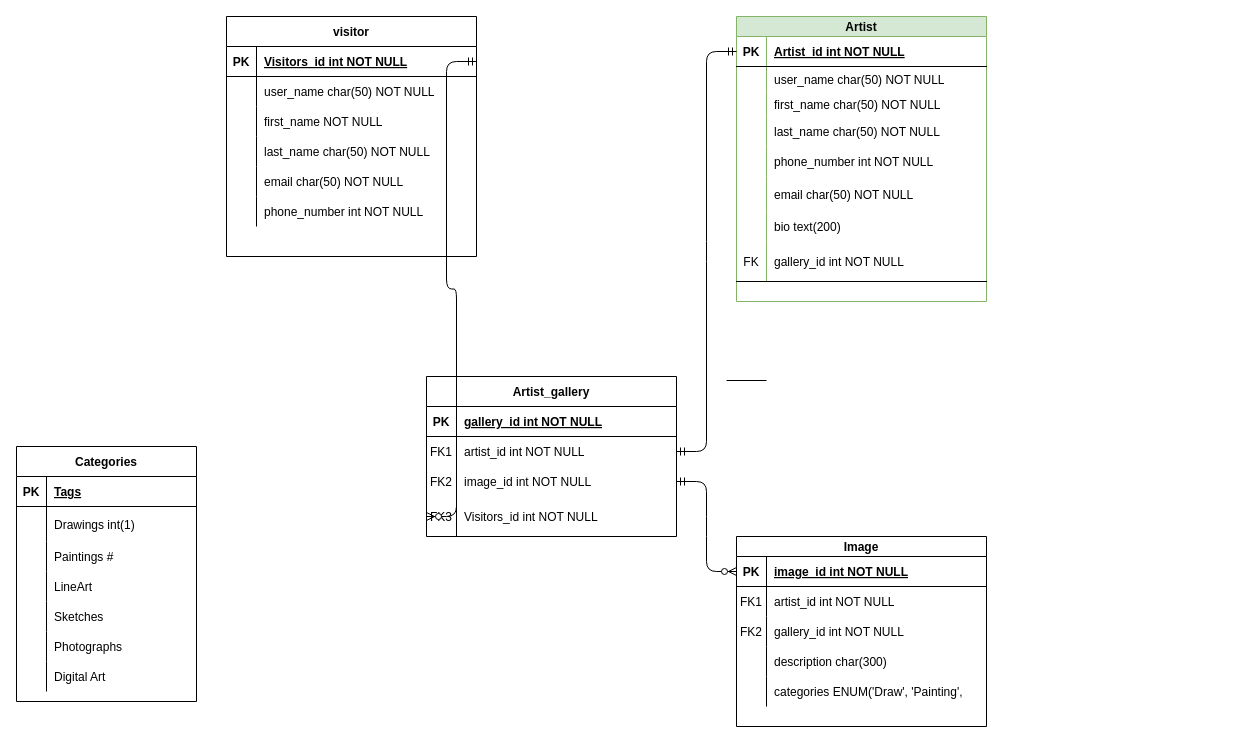
Above: Untitled Diagram.drawio in VirtualGallery/Entity-Relationship-Model (draw.io), before the change. Source tidied: cells renumbered, new cells numbered last; positions are measured from the earlier drawing's top-left corner, leaving out a move shared by most shapes. Both pictures are drawn from the tidied source at 100%, with x=0, y=0 at pixel (16, 16).
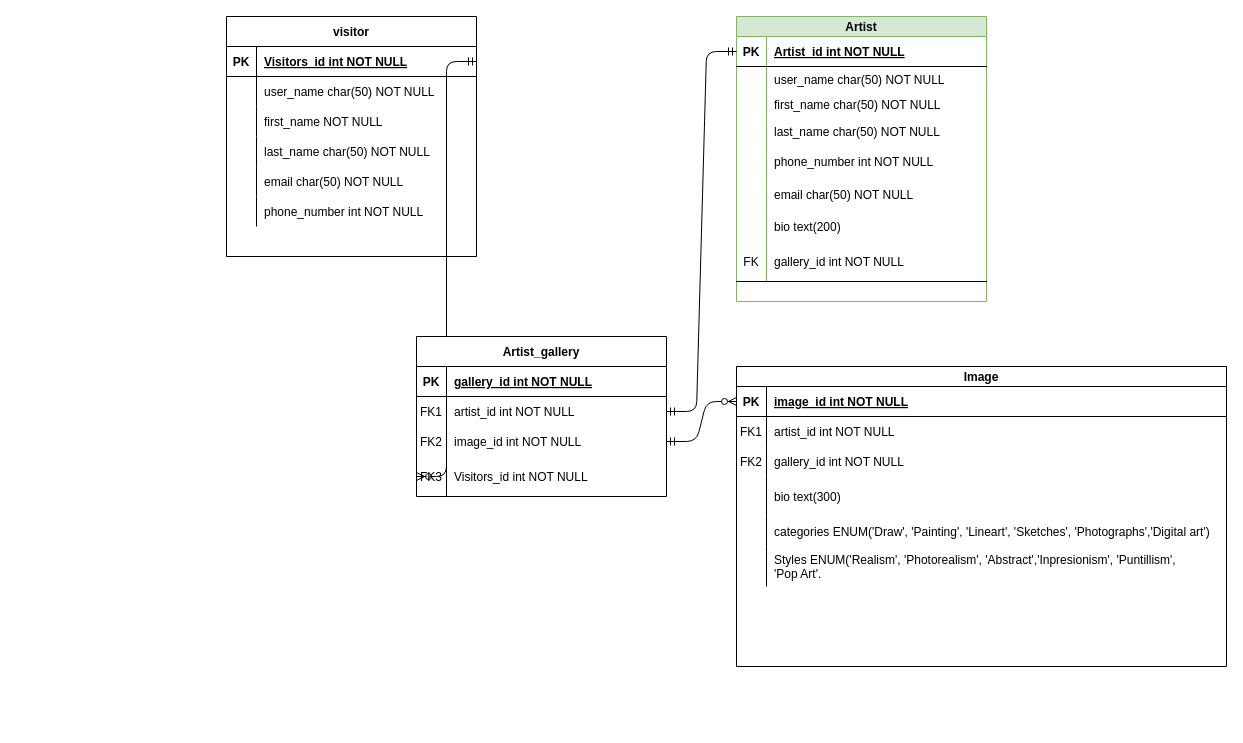
The same page after the edit.

The change refers to these unchanged cells:
```xml
<mxCell id="44" style="shape=partialRectangle;fillColor=none;points=[[0,0.5],[1,0.5]];portConstraint=eastwest;top=0;left=0;right=0;bottom=1;" parent="43" vertex="1">
  <mxGeometry y="30" width="250" height="30" as="geometry" />
</mxCell>
```

What changed in the source:
```diff
@@
-    <mxCell id="2" style="line;strokeWidth=1;fillColor=none;align=left;verticalAlign=middle;spacingTop=-1;spacingLeft=3;spacingRight=3;labelPosition=right;" parent="1" vertex="1">
-      <mxGeometry x="710" y="360" width="40" height="8" as="geometry" />
-    </mxCell>
-    <mxCell id="3" style="line;strokeWidth=1;fillColor=none;align=left;verticalAlign=middle;spacingTop=-1;spacingLeft=3;spacingRight=3;labelPosition=right;" parent="1" vertex="1">
-      <mxGeometry x="380" y="380" width="320" as="geometry" />
-    </mxCell>
@@
-    <mxCell id="30" value="Artist_gallery" style="shape=table;startSize=30;childLayout=tableLayout;rowLines=0;fontStyle=1;align=center;" parent="1" vertex="1">
-      <mxGeometry x="410" y="360" width="250" height="160" as="geometry" />
-    </mxCell>
-    <mxCell id="31" style="shape=partialRectangle;fillColor=none;top=0;left=0;right=0;bottom=1;" parent="30" vertex="1">
-      <mxGeometry y="30" width="250" height="30" as="geometry" />
-    </mxCell>
-    <mxCell id="32" value="PK" style="shape=partialRectangle;overflow=hidden;fillColor=none;top=0;left=0;bottom=0;right=0;fontStyle=1;" parent="31" vertex="1">
-      <mxGeometry width="30" height="30" as="geometry" />
-    </mxCell>
-    <mxCell id="33" value="gallery_id int NOT NULL " style="shape=partialRectangle;overflow=hidden;fillColor=none;top=0;left=0;bottom=0;right=0;align=left;spacingLeft=6;fontStyle=5;" parent="31" vertex="1">
-      <mxGeometry x="30" width="220" height="30" as="geometry" />
-    </mxCell>
-    <mxCell id="34" style="shape=partialRectangle;fillColor=none;points=[[0,0.5],[1,0.5]];portConstraint=eastwest;top=0;left=0;right=0;bottom=0;" parent="30" vertex="1">
-      <mxGeometry y="60" width="250" height="30" as="geometry" />
-    </mxCell>
-    <mxCell id="35" value="FK1" style="shape=partialRectangle;overflow=hidden;fillColor=none;top=0;left=0;bottom=0;right=0;" parent="34" vertex="1">
-      <mxGeometry width="30" height="30" as="geometry" />
-    </mxCell>
-    <mxCell id="36" value="artist_id int NOT NULL" style="shape=partialRectangle;overflow=hidden;fillColor=none;top=0;left=0;bottom=0;right=0;align=left;spacingLeft=6;" parent="34" vertex="1">
-      <mxGeometry x="30" width="220" height="30" as="geometry" />
-    </mxCell>
-    <mxCell id="37" style="shape=partialRectangle;fillColor=none;points=[[0,0.5],[1,0.5]];portConstraint=eastwest;top=0;left=0;right=0;bottom=0;" parent="30" vertex="1">
-      <mxGeometry y="90" width="250" height="30" as="geometry" />
-    </mxCell>
-    <mxCell id="38" value="FK2" style="shape=partialRectangle;overflow=hidden;fillColor=none;top=0;left=0;bottom=0;right=0;" parent="37" vertex="1">
-      <mxGeometry width="30" height="30" as="geometry" />
-    </mxCell>
-    <mxCell id="39" value="image_id int NOT NULL" style="shape=partialRectangle;overflow=hidden;fillColor=none;top=0;left=0;bottom=0;right=0;align=left;spacingLeft=6;" parent="37" vertex="1">
-      <mxGeometry x="30" width="220" height="30" as="geometry" />
-    </mxCell>
-    <mxCell id="40" style="shape=partialRectangle;fillColor=none;points=[[0,0.5],[1,0.5]];portConstraint=eastwest;top=0;left=0;right=0;bottom=0;" parent="30" vertex="1">
-      <mxGeometry y="120" width="250" height="40" as="geometry" />
-    </mxCell>
-    <mxCell id="41" value="FK3" style="shape=partialRectangle;overflow=hidden;fillColor=none;top=0;left=0;bottom=0;right=0;" parent="40" vertex="1">
-      <mxGeometry width="30" height="40" as="geometry" />
-    </mxCell>
-    <mxCell id="42" value="Visitors_id int NOT NULL" style="shape=partialRectangle;overflow=hidden;fillColor=none;top=0;left=0;bottom=0;right=0;align=left;spacingLeft=6;" parent="40" vertex="1">
-      <mxGeometry x="30" width="220" height="40" as="geometry" />
-    </mxCell>
@@
+    <mxCell id="78" style="edgeStyle=entityRelationEdgeStyle;fontSize=12;html=1;endArrow=ERzeroToMany;startArrow=ERmandOne;strokeColor=#000000;entryX=0;entryY=0.5;entryDx=0;entryDy=0;exitX=1;exitY=0.5;exitDx=0;exitDy=0;" parent="1" edge="1" source="37" target="63">
+      <mxGeometry relative="1" as="geometry" />
+    </mxCell>
+    <mxCell id="79" style="edgeStyle=entityRelationEdgeStyle;fontSize=12;html=1;endArrow=ERzeroToMany;startArrow=ERmandOne;strokeColor=#000000;entryX=0;entryY=0.5;entryDx=0;entryDy=0;exitX=1;exitY=0.5;exitDx=0;exitDy=0;" parent="1" edge="1" source="44" target="40">
+      <mxGeometry relative="1" as="geometry" />
+    </mxCell>
+    <mxCell id="30" value="Artist_gallery" style="shape=table;startSize=30;childLayout=tableLayout;rowLines=0;fontStyle=1;align=center;" parent="1" vertex="1">
+      <mxGeometry x="400" y="320" width="250" height="160" as="geometry" />
+    </mxCell>
+    <mxCell id="31" style="shape=partialRectangle;fillColor=none;top=0;left=0;right=0;bottom=1;" parent="30" vertex="1">
+      <mxGeometry y="30" width="250" height="30" as="geometry" />
+    </mxCell>
+    <mxCell id="32" value="PK" style="shape=partialRectangle;overflow=hidden;fillColor=none;top=0;left=0;bottom=0;right=0;fontStyle=1;" parent="31" vertex="1">
+      <mxGeometry width="30" height="30" as="geometry" />
+    </mxCell>
+    <mxCell id="33" value="gallery_id int NOT NULL " style="shape=partialRectangle;overflow=hidden;fillColor=none;top=0;left=0;bottom=0;right=0;align=left;spacingLeft=6;fontStyle=5;" parent="31" vertex="1">
+      <mxGeometry x="30" width="220" height="30" as="geometry" />
+    </mxCell>
+    <mxCell id="34" style="shape=partialRectangle;fillColor=none;points=[[0,0.5],[1,0.5]];portConstraint=eastwest;top=0;left=0;right=0;bottom=0;" parent="30" vertex="1">
+      <mxGeometry y="60" width="250" height="30" as="geometry" />
+    </mxCell>
+    <mxCell id="35" value="FK1" style="shape=partialRectangle;overflow=hidden;fillColor=none;top=0;left=0;bottom=0;right=0;" parent="34" vertex="1">
+      <mxGeometry width="30" height="30" as="geometry" />
+    </mxCell>
+    <mxCell id="36" value="artist_id int NOT NULL" style="shape=partialRectangle;overflow=hidden;fillColor=none;top=0;left=0;bottom=0;right=0;align=left;spacingLeft=6;" parent="34" vertex="1">
+      <mxGeometry x="30" width="220" height="30" as="geometry" />
+    </mxCell>
+    <mxCell id="37" style="shape=partialRectangle;fillColor=none;points=[[0,0.5],[1,0.5]];portConstraint=eastwest;top=0;left=0;right=0;bottom=0;" parent="30" vertex="1">
+      <mxGeometry y="90" width="250" height="30" as="geometry" />
+    </mxCell>
+    <mxCell id="38" value="FK2" style="shape=partialRectangle;overflow=hidden;fillColor=none;top=0;left=0;bottom=0;right=0;" parent="37" vertex="1">
+      <mxGeometry width="30" height="30" as="geometry" />
+    </mxCell>
+    <mxCell id="39" value="image_id int NOT NULL" style="shape=partialRectangle;overflow=hidden;fillColor=none;top=0;left=0;bottom=0;right=0;align=left;spacingLeft=6;" parent="37" vertex="1">
+      <mxGeometry x="30" width="220" height="30" as="geometry" />
+    </mxCell>
+    <mxCell id="40" style="shape=partialRectangle;fillColor=none;points=[[0,0.5],[1,0.5]];portConstraint=eastwest;top=0;left=0;right=0;bottom=0;" parent="30" vertex="1">
+      <mxGeometry y="120" width="250" height="40" as="geometry" />
+    </mxCell>
+    <mxCell id="41" value="FK3" style="shape=partialRectangle;overflow=hidden;fillColor=none;top=0;left=0;bottom=0;right=0;" parent="40" vertex="1">
+      <mxGeometry width="30" height="40" as="geometry" />
+    </mxCell>
+    <mxCell id="42" value="Visitors_id int NOT NULL" style="shape=partialRectangle;overflow=hidden;fillColor=none;top=0;left=0;bottom=0;right=0;align=left;spacingLeft=6;" parent="40" vertex="1">
+      <mxGeometry x="30" width="220" height="40" as="geometry" />
+    </mxCell>
     <mxCell id="62" value="Image" style="shape=table;startSize=20;childLayout=tableLayout;rowLines=0;fontStyle=1;align=center;" parent="1" vertex="1">
-      <mxGeometry x="720" y="520" width="250" height="190" as="geometry" />
+      <mxGeometry x="720" y="350" width="490" height="300" as="geometry" />
     </mxCell>
     <mxCell id="63" style="shape=partialRectangle;fillColor=none;points=[[0,0.5],[1,0.5]];portConstraint=eastwest;top=0;left=0;right=0;bottom=1;" parent="62" vertex="1">
-      <mxGeometry y="20" width="250" height="30" as="geometry" />
+      <mxGeometry y="20" width="490" height="30" as="geometry" />
     </mxCell>
@@
     <mxCell id="65" value="image_id int NOT NULL " style="shape=partialRectangle;overflow=hidden;fillColor=none;top=0;left=0;bottom=0;right=0;align=left;spacingLeft=6;fontStyle=5;" parent="63" vertex="1">
-      <mxGeometry x="30" width="220" height="30" as="geometry" />
+      <mxGeometry x="30" width="460" height="30" as="geometry" />
     </mxCell>
     <mxCell id="66" style="shape=partialRectangle;fillColor=none;top=0;left=0;right=0;bottom=0;" parent="62" vertex="1">
-      <mxGeometry y="50" width="250" height="30" as="geometry" />
+      <mxGeometry y="50" width="490" height="30" as="geometry" />
     </mxCell>
@@
     <mxCell id="68" value="artist_id int NOT NULL" style="shape=partialRectangle;overflow=hidden;fillColor=none;top=0;left=0;bottom=0;right=0;align=left;spacingLeft=6;" parent="66" vertex="1">
-      <mxGeometry x="30" width="220" height="30" as="geometry" />
+      <mxGeometry x="30" width="460" height="30" as="geometry" />
     </mxCell>
     <mxCell id="69" style="shape=partialRectangle;fillColor=none;top=0;left=0;right=0;bottom=0;" parent="62" vertex="1">
-      <mxGeometry y="80" width="250" height="30" as="geometry" />
+      <mxGeometry y="80" width="490" height="30" as="geometry" />
     </mxCell>
@@
     <mxCell id="71" value="gallery_id int NOT NULL" style="shape=partialRectangle;overflow=hidden;fillColor=none;top=0;left=0;bottom=0;right=0;align=left;spacingLeft=6;" parent="69" vertex="1">
-      <mxGeometry x="30" width="220" height="30" as="geometry" />
+      <mxGeometry x="30" width="460" height="30" as="geometry" />
     </mxCell>
     <mxCell id="72" style="shape=partialRectangle;fillColor=none;top=0;left=0;right=0;bottom=0;" parent="62" vertex="1">
-      <mxGeometry y="110" width="250" height="30" as="geometry" />
+      <mxGeometry y="110" width="490" height="40" as="geometry" />
     </mxCell>
     <mxCell id="73" style="shape=partialRectangle;overflow=hidden;fillColor=none;top=0;left=0;bottom=0;right=0;" parent="72" vertex="1">
-      <mxGeometry width="30" height="30" as="geometry" />
+      <mxGeometry width="30" height="40" as="geometry" />
     </mxCell>
-    <mxCell id="74" value="description char(300) " style="shape=partialRectangle;overflow=hidden;fillColor=none;top=0;left=0;bottom=0;right=0;align=left;spacingLeft=6;" parent="72" vertex="1">
-      <mxGeometry x="30" width="220" height="30" as="geometry" />
+    <mxCell id="74" value="bio text(300) " style="shape=partialRectangle;overflow=hidden;fillColor=none;top=0;left=0;bottom=0;right=0;align=left;spacingLeft=6;" parent="72" vertex="1">
+      <mxGeometry x="30" width="460" height="40" as="geometry" />
     </mxCell>
     <mxCell id="75" style="shape=partialRectangle;fillColor=none;top=0;left=0;right=0;bottom=0;" parent="62" vertex="1">
-      <mxGeometry y="140" width="250" height="30" as="geometry" />
+      <mxGeometry y="150" width="490" height="30" as="geometry" />
     </mxCell>
@@
-    <mxCell id="77" value="categories ENUM('Draw', 'Painting'," style="shape=partialRectangle;overflow=hidden;fillColor=none;top=0;left=0;bottom=0;right=0;align=left;spacingLeft=6;" parent="75" vertex="1">
-      <mxGeometry x="30" width="220" height="30" as="geometry" />
+    <mxCell id="77" value="categories ENUM('Draw', 'Painting', 'Lineart', 'Sketches', 'Photographs','Digital art')" style="shape=partialRectangle;overflow=hidden;fillColor=none;top=0;left=0;bottom=0;right=0;align=left;spacingLeft=6;" parent="75" vertex="1">
+      <mxGeometry x="30" width="460" height="30" as="geometry" />
     </mxCell>
-    <mxCell id="78" style="edgeStyle=entityRelationEdgeStyle;fontSize=12;html=1;endArrow=ERzeroToMany;startArrow=ERmandOne;strokeColor=#000000;entryX=0;entryY=0.5;entryDx=0;entryDy=0;exitX=1;exitY=0.5;exitDx=0;exitDy=0;" parent="1" edge="1" source="37" target="63">
-      <mxGeometry relative="1" as="geometry" />
-    </mxCell>
-    <mxCell id="79" style="edgeStyle=entityRelationEdgeStyle;fontSize=12;html=1;endArrow=ERzeroToMany;startArrow=ERmandOne;strokeColor=#000000;entryX=0;entryY=0.5;entryDx=0;entryDy=0;exitX=1;exitY=0.5;exitDx=0;exitDy=0;" parent="1" edge="1" source="44" target="40">
-      <mxGeometry relative="1" as="geometry" />
-    </mxCell>
-    <mxCell id="80" value="Categories" style="shape=table;startSize=30;childLayout=tableLayout;rowLines=0;fontStyle=1;align=center;fontColor=#000000;" parent="1" vertex="1">
-      <mxGeometry y="430" width="180" height="255" as="geometry" />
-    </mxCell>
-    <mxCell id="81" style="shape=partialRectangle;fillColor=none;top=0;left=0;bottom=1;right=0;" parent="80" vertex="1">
-      <mxGeometry y="30" width="180" height="30" as="geometry" />
-    </mxCell>
-    <mxCell id="82" value="PK" style="shape=partialRectangle;fillColor=none;top=0;left=0;bottom=0;right=0;fontStyle=1;overflow=hidden;" parent="81" vertex="1">
-      <mxGeometry width="30" height="30" as="geometry" />
-    </mxCell>
-    <mxCell id="83" value="Tags" style="shape=partialRectangle;fillColor=none;top=0;left=0;bottom=0;right=0;align=left;spacingLeft=6;fontStyle=5;overflow=hidden;" parent="81" vertex="1">
-      <mxGeometry x="30" width="150" height="30" as="geometry" />
-    </mxCell>
-    <mxCell id="84" style="shape=partialRectangle;fillColor=none;top=0;left=0;bottom=0;right=0;" parent="80" vertex="1">
-      <mxGeometry y="60" width="180" height="35" as="geometry" />
-    </mxCell>
-    <mxCell id="85" style="shape=partialRectangle;fillColor=none;top=0;left=0;bottom=0;right=0;overflow=hidden;" parent="84" vertex="1">
-      <mxGeometry width="30" height="35" as="geometry" />
-    </mxCell>
-    <mxCell id="86" value="Drawings int(1) " style="shape=partialRectangle;fillColor=none;top=0;left=0;bottom=0;right=0;align=left;spacingLeft=6;overflow=hidden;" parent="84" vertex="1">
-      <mxGeometry x="30" width="150" height="35" as="geometry" />
-    </mxCell>
-    <mxCell id="87" style="shape=partialRectangle;fillColor=none;top=0;left=0;bottom=0;right=0;" parent="80" vertex="1">
-      <mxGeometry y="95" width="180" height="30" as="geometry" />
-    </mxCell>
-    <mxCell id="88" style="shape=partialRectangle;fillColor=none;top=0;left=0;bottom=0;right=0;overflow=hidden;" parent="87" vertex="1">
-      <mxGeometry width="30" height="30" as="geometry" />
-    </mxCell>
-    <mxCell id="89" value="Paintings #" style="shape=partialRectangle;fillColor=none;top=0;left=0;bottom=0;right=0;align=left;spacingLeft=6;overflow=hidden;" parent="87" vertex="1">
-      <mxGeometry x="30" width="150" height="30" as="geometry" />
-    </mxCell>
-    <mxCell id="90" style="shape=partialRectangle;fillColor=none;top=0;left=0;bottom=0;right=0;" parent="80" vertex="1">
-      <mxGeometry y="125" width="180" height="30" as="geometry" />
-    </mxCell>
-    <mxCell id="91" style="shape=partialRectangle;fillColor=none;top=0;left=0;bottom=0;right=0;overflow=hidden;" parent="90" vertex="1">
-      <mxGeometry width="30" height="30" as="geometry" />
-    </mxCell>
-    <mxCell id="92" value="LineArt" style="shape=partialRectangle;fillColor=none;top=0;left=0;bottom=0;right=0;align=left;spacingLeft=6;overflow=hidden;" parent="90" vertex="1">
-      <mxGeometry x="30" width="150" height="30" as="geometry" />
-    </mxCell>
-    <mxCell id="93" style="shape=partialRectangle;fillColor=none;top=0;left=0;bottom=0;right=0;" parent="80" vertex="1">
-      <mxGeometry y="155" width="180" height="30" as="geometry" />
-    </mxCell>
-    <mxCell id="94" style="shape=partialRectangle;fillColor=none;top=0;left=0;bottom=0;right=0;overflow=hidden;" parent="93" vertex="1">
-      <mxGeometry width="30" height="30" as="geometry" />
-    </mxCell>
-    <mxCell id="95" value="Sketches" style="shape=partialRectangle;fillColor=none;top=0;left=0;bottom=0;right=0;align=left;spacingLeft=6;overflow=hidden;" parent="93" vertex="1">
-      <mxGeometry x="30" width="150" height="30" as="geometry" />
-    </mxCell>
-    <mxCell id="96" style="shape=partialRectangle;fillColor=none;top=0;left=0;bottom=0;right=0;" parent="80" vertex="1">
-      <mxGeometry y="185" width="180" height="30" as="geometry" />
-    </mxCell>
-    <mxCell id="97" style="shape=partialRectangle;fillColor=none;top=0;left=0;bottom=0;right=0;overflow=hidden;" parent="96" vertex="1">
-      <mxGeometry width="30" height="30" as="geometry" />
-    </mxCell>
-    <mxCell id="98" value="Photographs" style="shape=partialRectangle;fillColor=none;top=0;left=0;bottom=0;right=0;align=left;spacingLeft=6;overflow=hidden;" parent="96" vertex="1">
-      <mxGeometry x="30" width="150" height="30" as="geometry" />
-    </mxCell>
-    <mxCell id="99" style="shape=partialRectangle;fillColor=none;top=0;left=0;bottom=0;right=0;" parent="80" vertex="1">
-      <mxGeometry y="215" width="180" height="30" as="geometry" />
-    </mxCell>
-    <mxCell id="100" style="shape=partialRectangle;fillColor=none;top=0;left=0;bottom=0;right=0;overflow=hidden;" parent="99" vertex="1">
-      <mxGeometry width="30" height="30" as="geometry" />
-    </mxCell>
-    <mxCell id="101" value="Digital Art" style="shape=partialRectangle;fillColor=none;top=0;left=0;bottom=0;right=0;align=left;spacingLeft=6;overflow=hidden;" parent="99" vertex="1">
-      <mxGeometry x="30" width="150" height="30" as="geometry" />
-    </mxCell>
+    <mxCell id="102" style="shape=partialRectangle;fillColor=none;top=0;left=0;right=0;bottom=0;" parent="62" vertex="1">
+      <mxGeometry y="180" width="490" height="40" as="geometry" />
+    </mxCell>
+    <mxCell id="103" style="shape=partialRectangle;overflow=hidden;fillColor=none;top=0;left=0;bottom=0;right=0;" parent="102" vertex="1">
+      <mxGeometry width="30" height="40" as="geometry" />
+    </mxCell>
+    <mxCell id="104" value="Styles ENUM('Realism', 'Photorealism', 'Abstract','Inpresionism', 'Puntillism', &#10;'Pop Art'." style="shape=partialRectangle;overflow=hidden;fillColor=none;top=0;left=0;bottom=0;right=0;align=left;spacingLeft=6;" parent="102" vertex="1">
+      <mxGeometry x="30" width="460" height="40" as="geometry" />
+    </mxCell>
```
